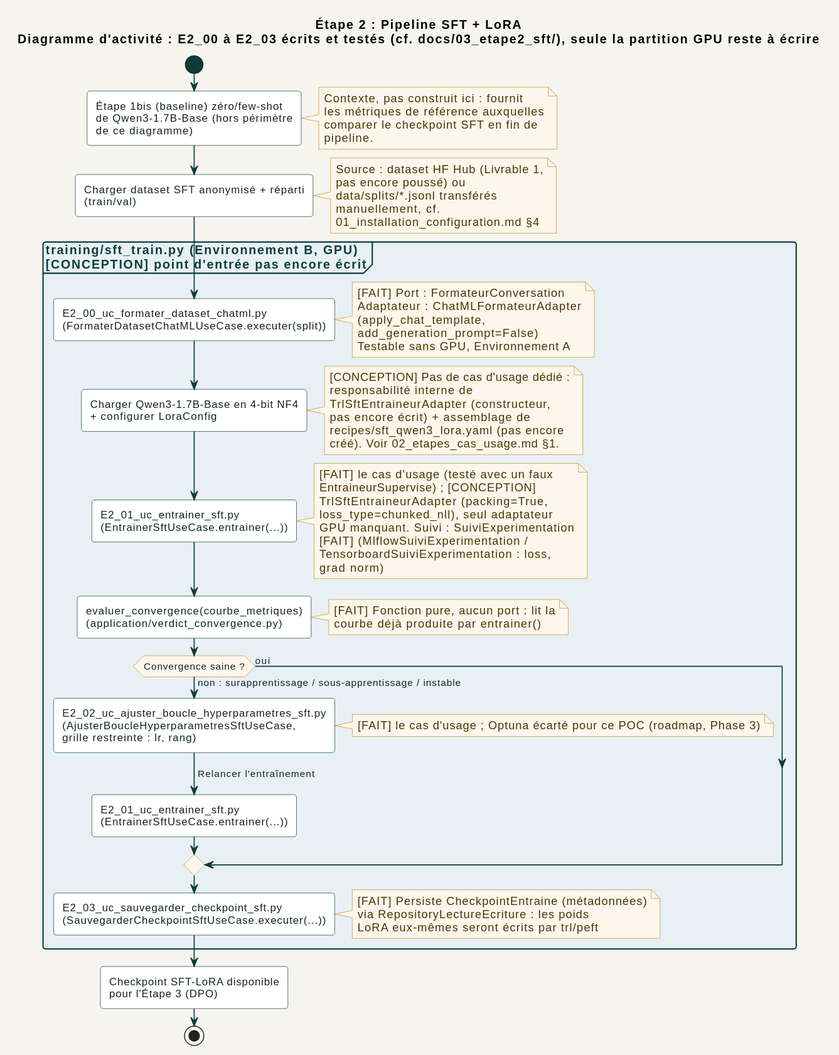
racemartin/m14_ocr keeps this PlantUML diagram as docs/diagrams/03_etape2_sft/activite/pipeline_sft_lora.svg. Above is the earlier version.
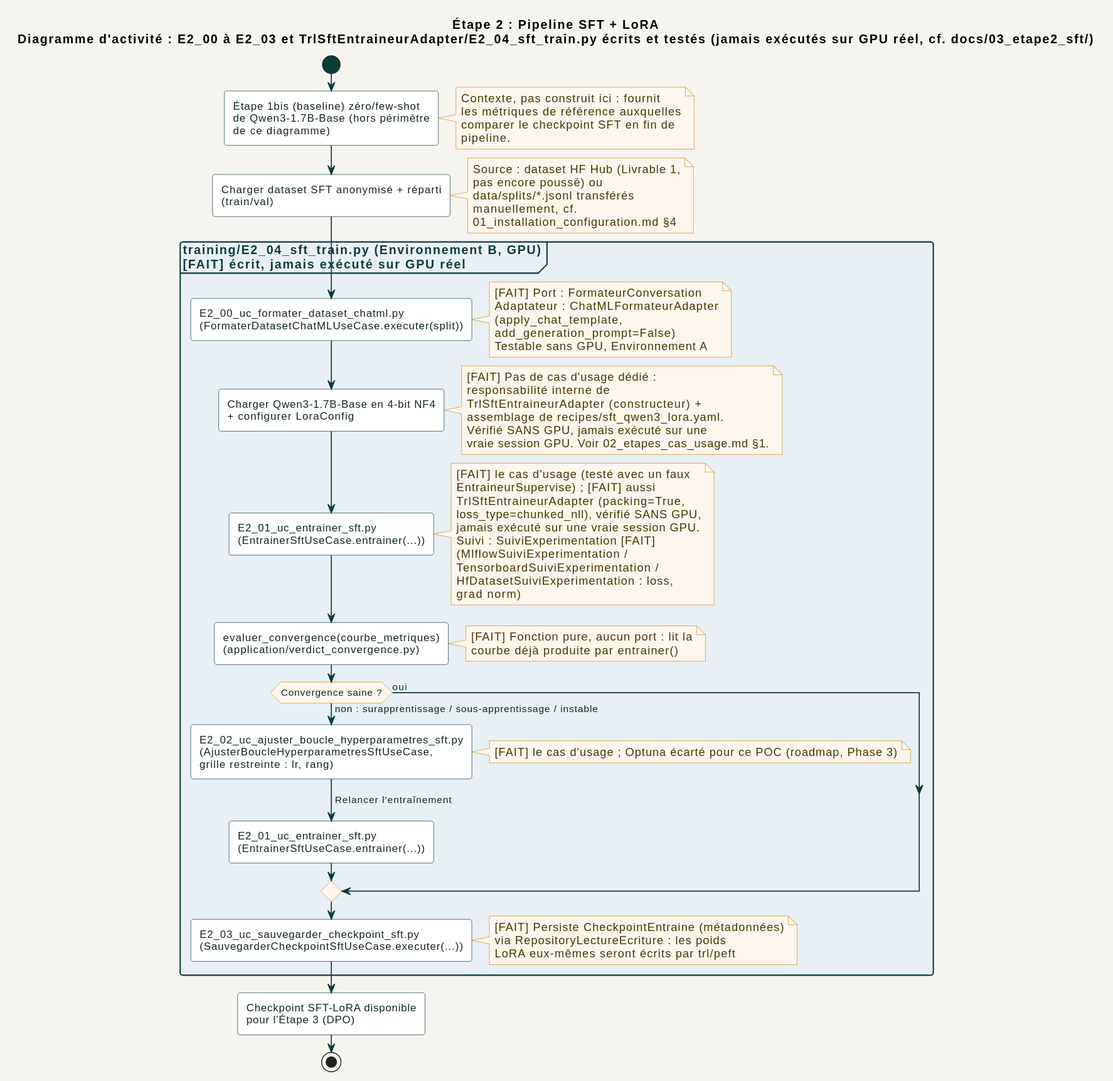
After the commit.

Diff of the diagram source:
```diff
@@ -1,7 +1,7 @@
 @startuml
 !include ../../_common/estilo.iuml
 
-title Étape 2 : Pipeline SFT + LoRA\nDiagramme d'activité : E2_00 à E2_03 écrits et testés (cf. docs/03_etape2_sft/), seule la partition GPU reste à écrire
+title Étape 2 : Pipeline SFT + LoRA\nDiagramme d'activité : E2_00 à E2_03 et TrlSftEntraineurAdapter/E2_04_sft_train.py écrits et testés (jamais exécutés sur GPU réel, cf. docs/03_etape2_sft/)
 
 start
 
@@ -22,7 +22,7 @@
   01_installation_configuration.md §4
 end note
 
-partition "training/sft_train.py (Environnement B, GPU)\n[CONCEPTION] point d'entrée pas encore écrit" #E8F0F5 {
+partition "training/E2_04_sft_train.py (Environnement B, GPU)\n[FAIT] écrit, jamais exécuté sur GPU réel" #E8F0F5 {
 
   :E2_00_uc_formater_dataset_chatml.py\n(FormaterDatasetChatMLUseCase.executer(split));
   note right
@@ -35,23 +35,25 @@
 
   :Charger Qwen3-1.7B-Base en 4-bit NF4\n+ configurer LoraConfig;
   note right
-    [CONCEPTION] Pas de cas d'usage dédié :
+    [FAIT] Pas de cas d'usage dédié :
     responsabilité interne de
-    TrlSftEntraineurAdapter (constructeur,
-    pas encore écrit) + assemblage de
-    recipes/sft_qwen3_lora.yaml (pas encore
-    créé). Voir 02_etapes_cas_usage.md §1.
+    TrlSftEntraineurAdapter (constructeur) +
+    assemblage de recipes/sft_qwen3_lora.yaml.
+    Vérifié SANS GPU, jamais exécuté sur une
+    vraie session GPU. Voir 02_etapes_cas_usage.md §1.
   end note
 
   :E2_01_uc_entrainer_sft.py\n(EntrainerSftUseCase.entrainer(...));
   note right
     [FAIT] le cas d'usage (testé avec un faux
-    EntraineurSupervise) ; [CONCEPTION]
+    EntraineurSupervise) ; [FAIT] aussi
     TrlSftEntraineurAdapter (packing=True,
-    loss_type=chunked_nll), seul adaptateur
-    GPU manquant. Suivi : SuiviExperimentation
-    [FAIT] (MlflowSuiviExperimentation /
-    TensorboardSuiviExperimentation : loss,
+    loss_type=chunked_nll), vérifié SANS GPU,
+    jamais exécuté sur une vraie session GPU.
+    Suivi : SuiviExperimentation [FAIT]
+    (MlflowSuiviExperimentation /
+    TensorboardSuiviExperimentation /
+    HfDatasetSuiviExperimentation : loss,
     grad norm)
   end note
 
```
